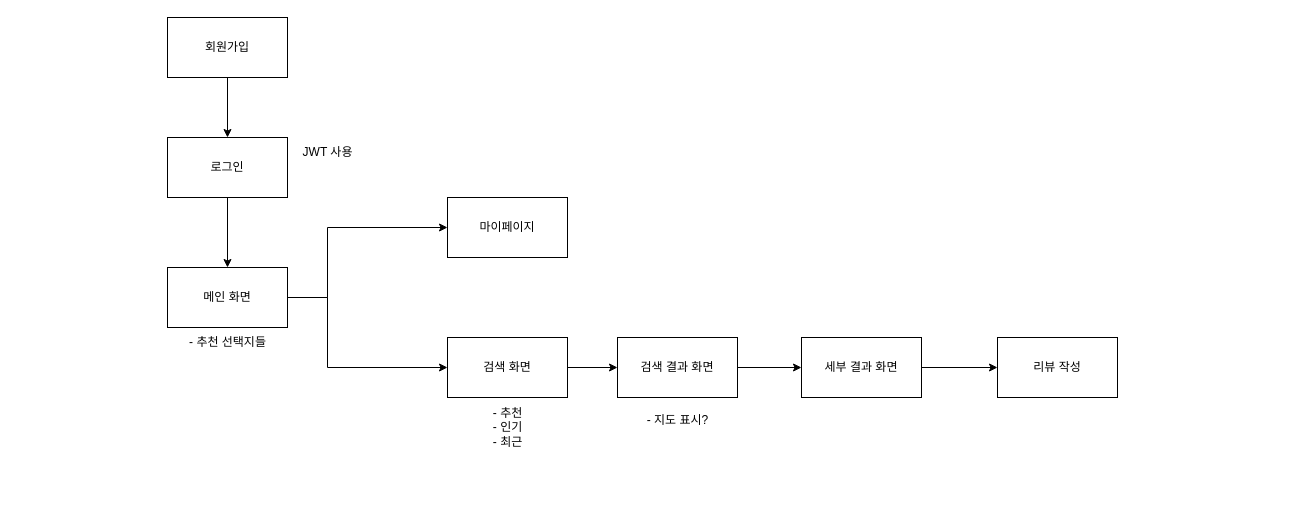
This is 망고 플로우차트.drawio from GDSC-Team-4/Mango_Back, a draw.io file, before an edit. Source tidied: cells renumbered, new cells numbered last; positions are measured from the earlier drawing's top-left corner, leaving out a move shared by most shapes. Both pictures are drawn from the tidied source at 100%, with x=0, y=0 at pixel (167, 17).
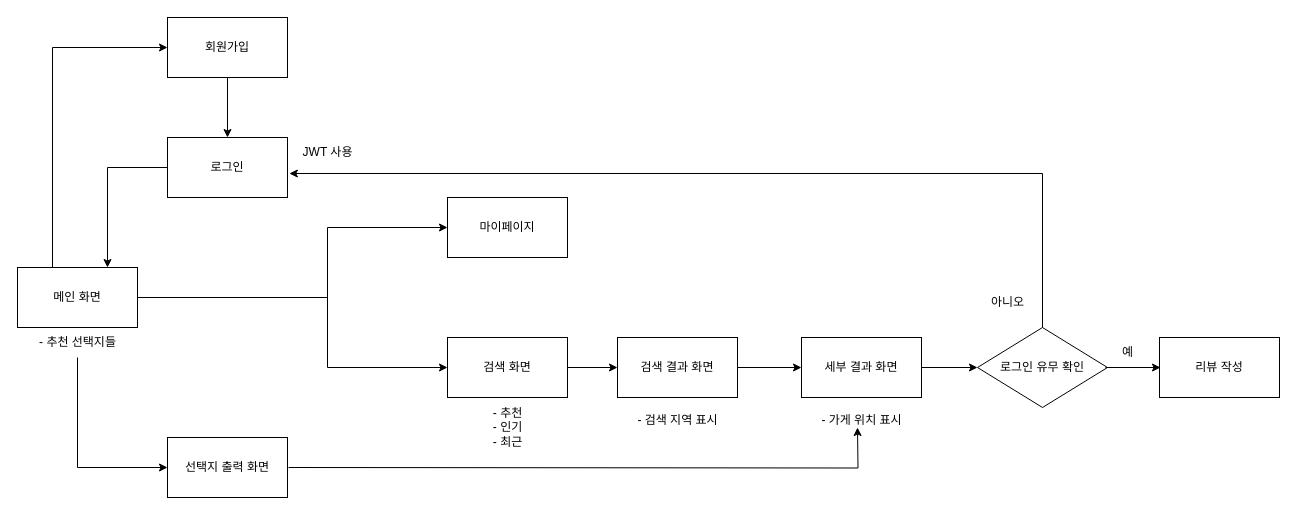
After the change.

Commit message:
망고 플로우차트.drawio 업데이트

Unchanged cells that the change refers to:
```xml
<mxCell id="3" value="로그인" style="whiteSpace=wrap;html=1;" parent="1" vertex="1">
  <mxGeometry y="120" width="120" height="60" as="geometry" />
</mxCell>
<mxCell id="8" value="회원가입" style="whiteSpace=wrap;html=1;" parent="1" vertex="1">
  <mxGeometry width="120" height="60" as="geometry" />
</mxCell>
<mxCell id="14" value="세부 결과 화면" style="whiteSpace=wrap;html=1;" parent="1" vertex="1">
  <mxGeometry x="634" y="320" width="120" height="60" as="geometry" />
</mxCell>
<mxCell id="19" value="JWT 사용" style="text;html=1;align=center;verticalAlign=middle;points=[];strokeColor=none;fillColor=none;" parent="1" vertex="1">
  <mxGeometry x="120" y="120" width="80" height="30" as="geometry" />
</mxCell>
```

Diff of the diagram source:
```diff
@@
-    <mxCell id="2" style="edgeStyle=orthogonalEdgeStyle;rounded=0;jettySize=auto;html=1;exitX=0.5;exitY=1;exitDx=0;exitDy=0;" parent="1" edge="1" source="3" target="6">
-      <mxGeometry relative="1" as="geometry" />
-    </mxCell>
@@
     <mxCell id="6" value="메인 화면" style="rounded=0;whiteSpace=wrap;html=1;" parent="1" vertex="1">
-      <mxGeometry y="250" width="120" height="60" as="geometry" />
+      <mxGeometry x="-150" y="250" width="120" height="60" as="geometry" />
     </mxCell>
@@
     <mxCell id="11" value="- 추천 선택지들" style="text;html=1;align=center;verticalAlign=middle;strokeColor=none;fillColor=none;" parent="1" vertex="1">
-      <mxGeometry x="5" y="310" width="110" height="30" as="geometry" />
+      <mxGeometry x="-145" y="310" width="110" height="30" as="geometry" />
     </mxCell>
@@
-    <mxCell id="13" style="edgeStyle=orthogonalEdgeStyle;rounded=0;jettySize=auto;html=1;exitX=1;exitY=0.5;exitDx=0;exitDy=0;entryX=0;entryY=0.5;entryDx=0;entryDy=0;" parent="1" edge="1" source="14" target="15">
+    <mxCell id="13" style="edgeStyle=orthogonalEdgeStyle;rounded=0;jettySize=auto;html=1;exitX=1;exitY=0.5;exitDx=0;exitDy=0;entryX=0;entryY=0.5;entryDx=0;entryDy=0;" parent="1" edge="1" source="14" target="21">
       <mxGeometry relative="1" as="geometry" />
     </mxCell>
@@
     <mxCell id="15" value="리뷰 작성" style="whiteSpace=wrap;html=1;" parent="1" vertex="1">
-      <mxGeometry x="830" y="320" width="120" height="60" as="geometry" />
+      <mxGeometry x="992" y="320" width="120" height="60" as="geometry" />
     </mxCell>
@@
-    <mxCell id="20" value="- 지도 표시?" style="text;html=1;align=center;verticalAlign=middle;strokeColor=none;fillColor=none;" parent="1" vertex="1">
-      <mxGeometry x="465" y="388" width="90" height="30" as="geometry" />
+    <mxCell id="20" value="- 검색 지역 표시" style="text;html=1;align=center;verticalAlign=middle;strokeColor=none;fillColor=none;" parent="1" vertex="1">
+      <mxGeometry x="455" y="388" width="110" height="30" as="geometry" />
     </mxCell>
+    <mxCell id="21" value="로그인 유무 확인" style="rhombus;whiteSpace=wrap;html=1;" parent="1" vertex="1">
+      <mxGeometry x="810" y="310" width="130" height="80" as="geometry" />
+    </mxCell>
+    <mxCell id="22" style="edgeStyle=orthogonalEdgeStyle;rounded=0;orthogonalLoop=1;jettySize=auto;html=1;exitX=1;exitY=0.5;exitDx=0;exitDy=0;endSize=6;" parent="1" edge="1">
+      <mxGeometry relative="1" as="geometry">
+        <mxPoint x="938" y="350" as="sourcePoint" />
+        <mxPoint x="993" y="350" as="targetPoint" />
+      </mxGeometry>
+    </mxCell>
+    <mxCell id="23" value="- 가게 위치 표시" style="text;html=1;align=center;verticalAlign=middle;strokeColor=none;fillColor=none;" parent="1" vertex="1">
+      <mxGeometry x="639" y="388" width="110" height="30" as="geometry" />
+    </mxCell>
+    <mxCell id="24" value="예" style="text;html=1;align=center;verticalAlign=middle;strokeColor=none;fillColor=none;" parent="1" vertex="1">
+      <mxGeometry x="940" y="320" width="40" height="30" as="geometry" />
+    </mxCell>
+    <mxCell id="25" value="아니오" style="text;html=1;align=center;verticalAlign=middle;strokeColor=none;fillColor=none;" parent="1" vertex="1">
+      <mxGeometry x="810" y="270" width="60" height="30" as="geometry" />
+    </mxCell>
+    <mxCell id="26" style="edgeStyle=orthogonalEdgeStyle;rounded=0;jettySize=auto;html=1;exitX=0.5;exitY=1;exitDx=0;exitDy=0;entryX=0.023;entryY=1.2;entryDx=0;entryDy=0;entryPerimeter=0;" parent="1" edge="1" target="19">
+      <mxGeometry relative="1" as="geometry">
+        <mxPoint x="875" y="310" as="sourcePoint" />
+        <Array as="points">
+          <mxPoint x="875" y="156" />
+        </Array>
+      </mxGeometry>
+    </mxCell>
+    <mxCell id="27" value="선택지 출력 화면" style="rounded=0;whiteSpace=wrap;html=1;" parent="1" vertex="1">
+      <mxGeometry y="420" width="120" height="60" as="geometry" />
+    </mxCell>
+    <mxCell id="28" style="edgeStyle=orthogonalEdgeStyle;rounded=0;orthogonalLoop=1;jettySize=auto;html=1;exitX=1;exitY=0.5;exitDx=0;exitDy=0;" parent="1" edge="1">
+      <mxGeometry relative="1" as="geometry">
+        <mxPoint x="121" y="450" as="sourcePoint" />
+        <mxPoint x="690" y="410" as="targetPoint" />
+      </mxGeometry>
+    </mxCell>
+    <mxCell id="29" style="endArrow=classic;html=1;rounded=0;entryX=0;entryY=0.5;entryDx=0;entryDy=0;" parent="1" edge="1" target="27">
+      <mxGeometry relative="1" as="geometry">
+        <mxPoint x="-90" y="340" as="sourcePoint" />
+        <Array as="points">
+          <mxPoint x="-90" y="450" />
+        </Array>
+      </mxGeometry>
+    </mxCell>
+    <mxCell id="30" style="endArrow=classic;html=1;rounded=0;entryX=0.75;entryY=0;entryDx=0;entryDy=0;" parent="1" edge="1" target="6">
+      <mxGeometry relative="1" as="geometry">
+        <mxPoint y="150" as="sourcePoint" />
+        <Array as="points">
+          <mxPoint x="-60" y="150" />
+        </Array>
+      </mxGeometry>
+    </mxCell>
+    <mxCell id="31" style="endArrow=classic;html=1;rounded=0;entryX=0;entryY=0.5;entryDx=0;entryDy=0;" parent="1" edge="1" target="8">
+      <mxGeometry relative="1" as="geometry">
+        <mxPoint x="-115" y="250" as="sourcePoint" />
+        <Array as="points">
+          <mxPoint x="-115" y="30" />
+        </Array>
+      </mxGeometry>
+    </mxCell>
```
